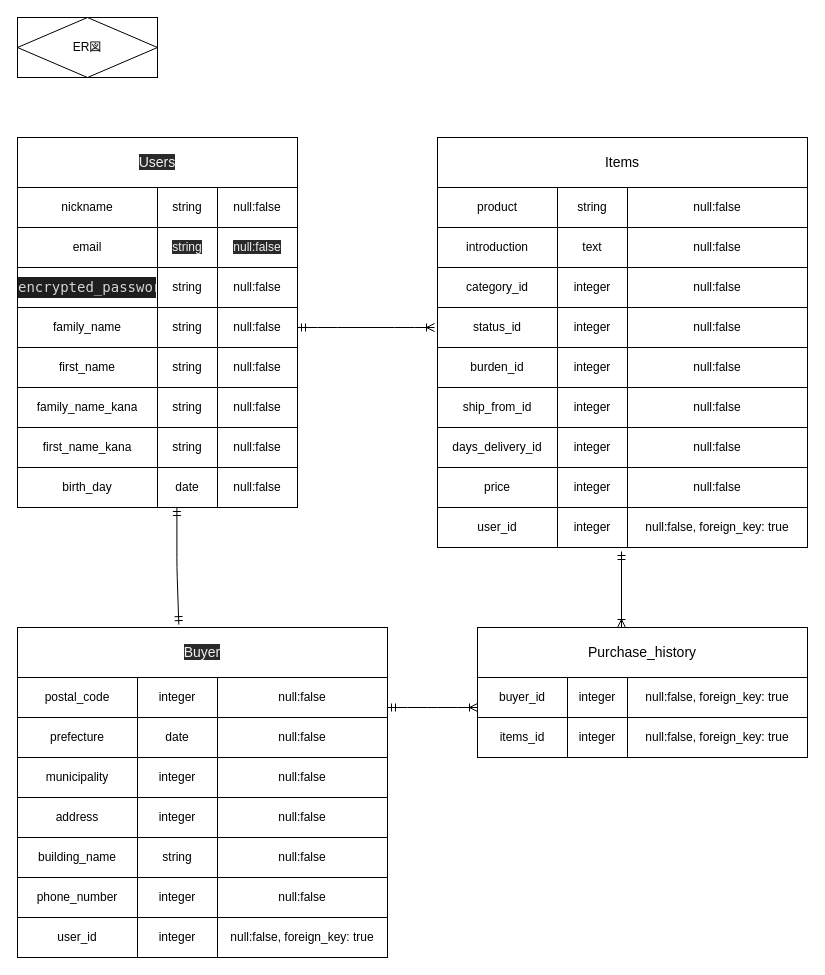
Earlier version of the draw.io diagram ER.dio (h-kaoru/furima-34717). Source tidied: cells renumbered, new cells numbered last; positions are measured from the earlier drawing's top-left corner, leaving out a move shared by most shapes. Both pictures are drawn from the tidied source at 100%, with x=0, y=0 at pixel (17, 17).
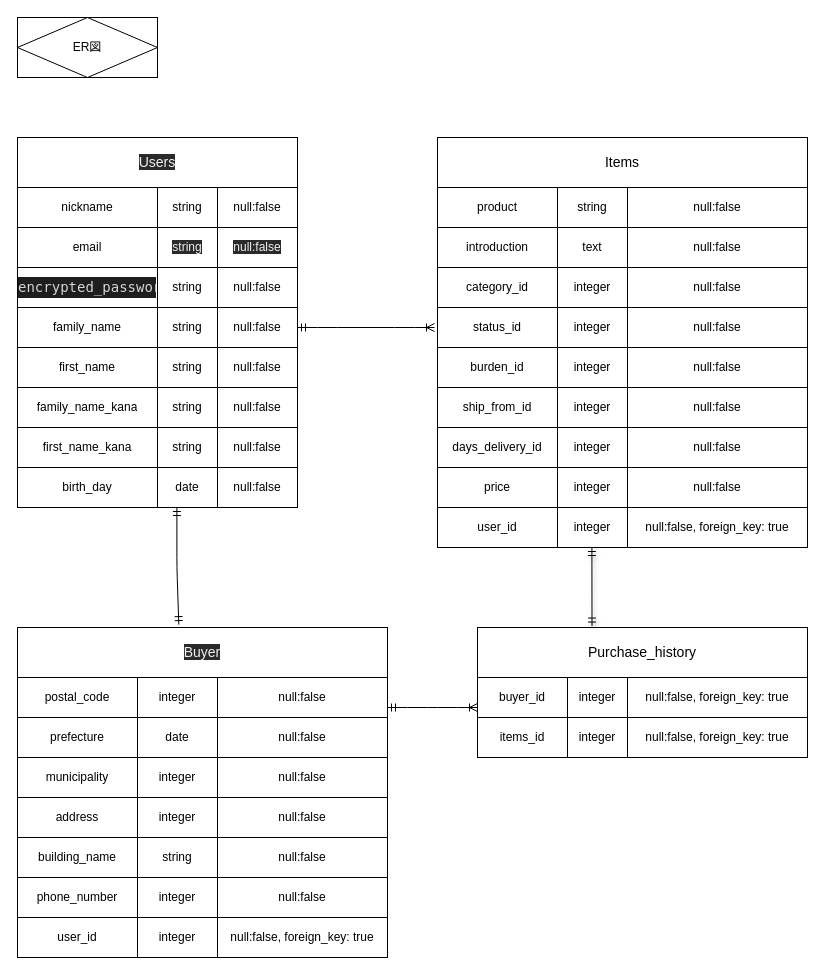
The same diagram, later.

Commit message (it also covers changes not shown here):
@h-kaoru README修正-2

Unchanged cells that the change refers to:
```xml
<mxCell id="102" value="&lt;font face=&quot;helvetica&quot;&gt;&lt;span style=&quot;font-size: 14px&quot;&gt;Purchase_history&lt;/span&gt;&lt;/font&gt;" style="rounded=0;whiteSpace=wrap;html=1;" parent="1" vertex="1">
  <mxGeometry x="460" y="610" width="330" height="50" as="geometry" />
</mxCell>
```

The edit, as a diff of the source:
```diff
@@
-    <mxCell id="110" style="fontSize=12;html=1;endArrow=ERoneToMany;startArrow=ERmandOne;" parent="1" edge="1">
-      <mxGeometry relative="1" as="geometry">
-        <mxPoint x="604" y="534" as="sourcePoint" />
-        <mxPoint x="604" y="610" as="targetPoint" />
-      </mxGeometry>
-    </mxCell>
@@
+    <mxCell id="112" style="fontSize=12;html=1;endArrow=ERmandOne;startArrow=ERmandOne;shadow=1;exitX=0.347;exitY=-0.029;exitDx=0;exitDy=0;exitPerimeter=0;" parent="1" edge="1" source="102">
+      <mxGeometry relative="1" as="geometry">
+        <mxPoint x="574.4" y="530" as="targetPoint" />
+      </mxGeometry>
+    </mxCell>
```
